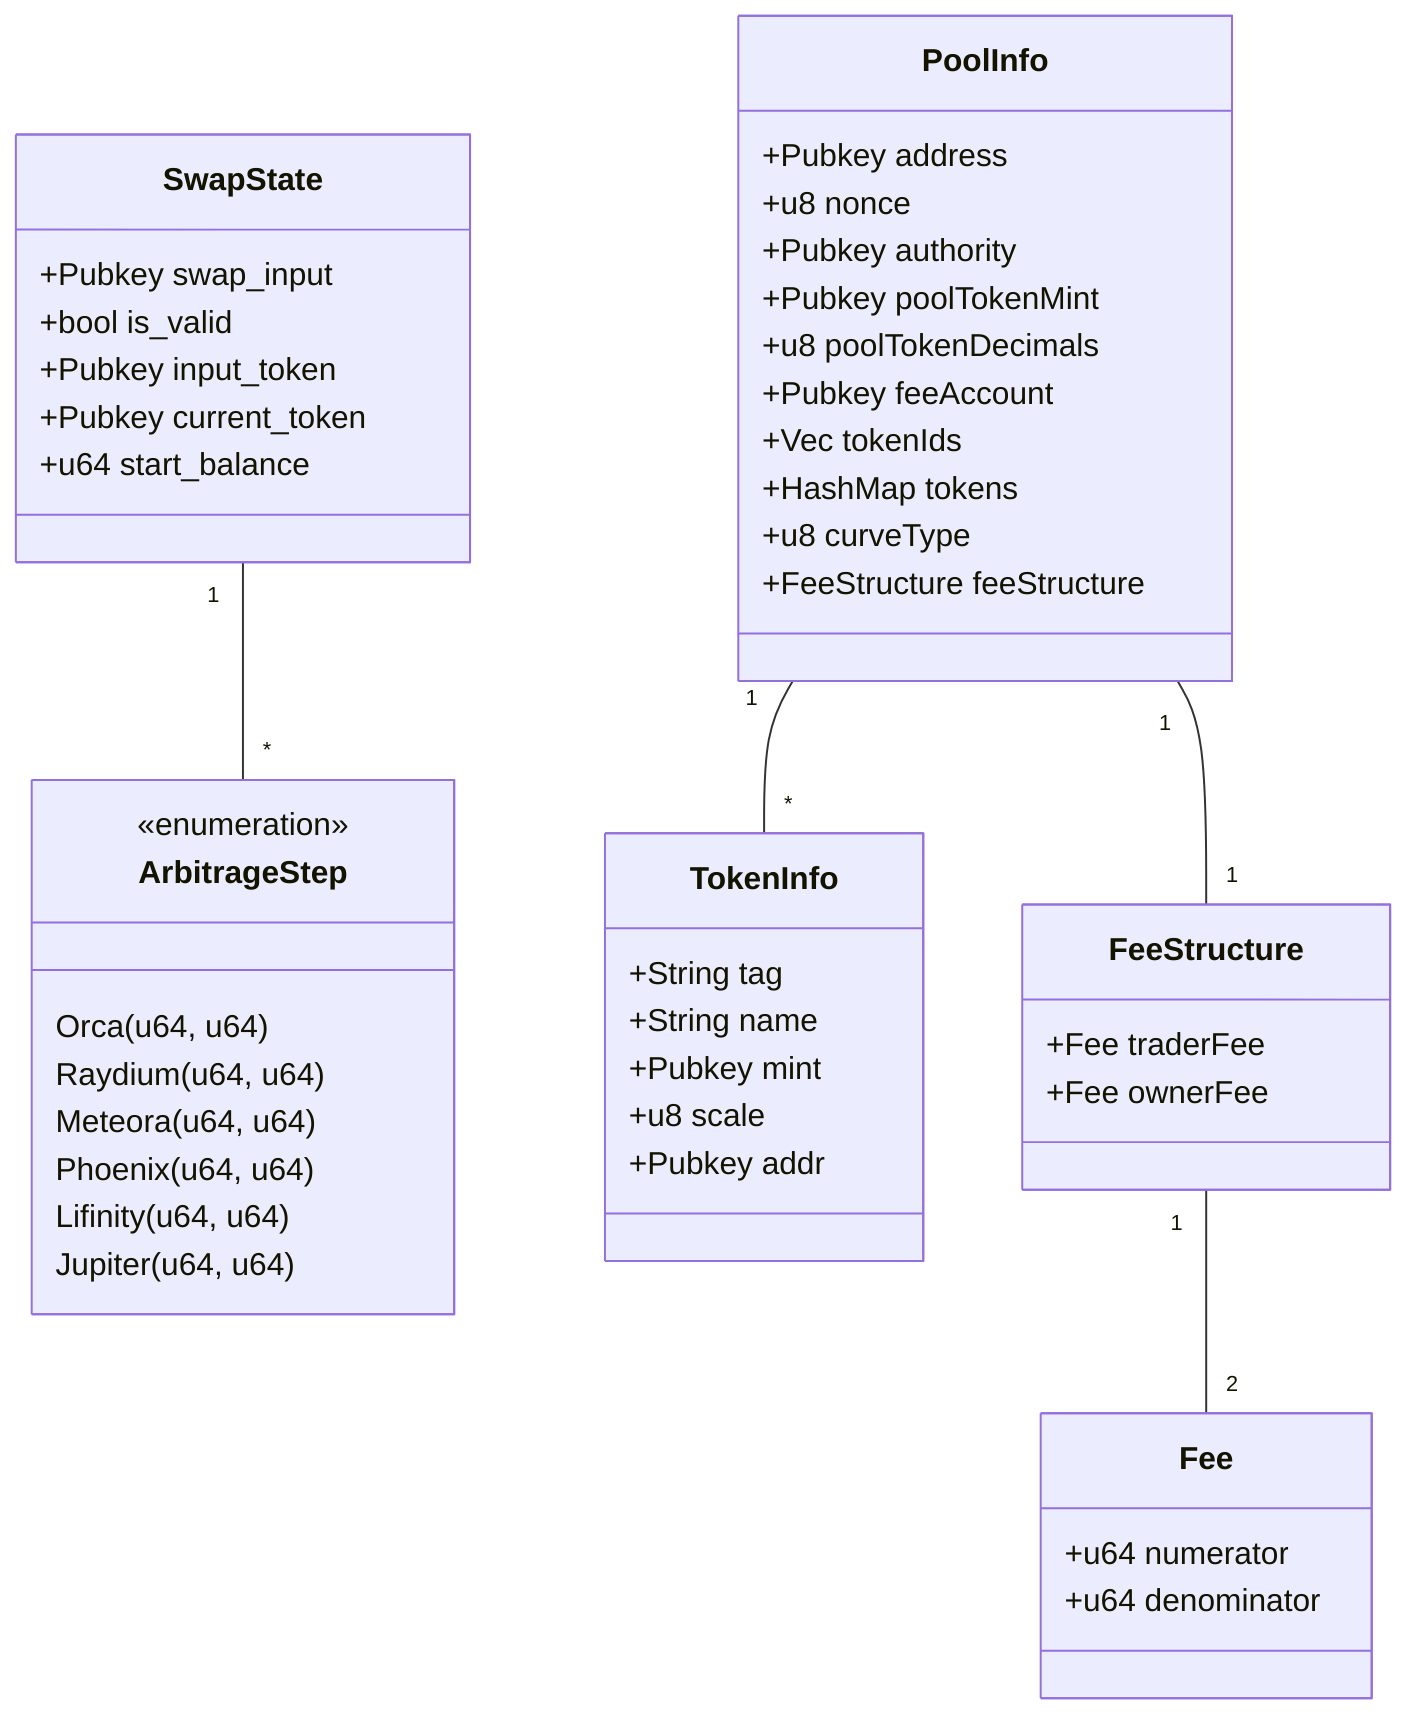
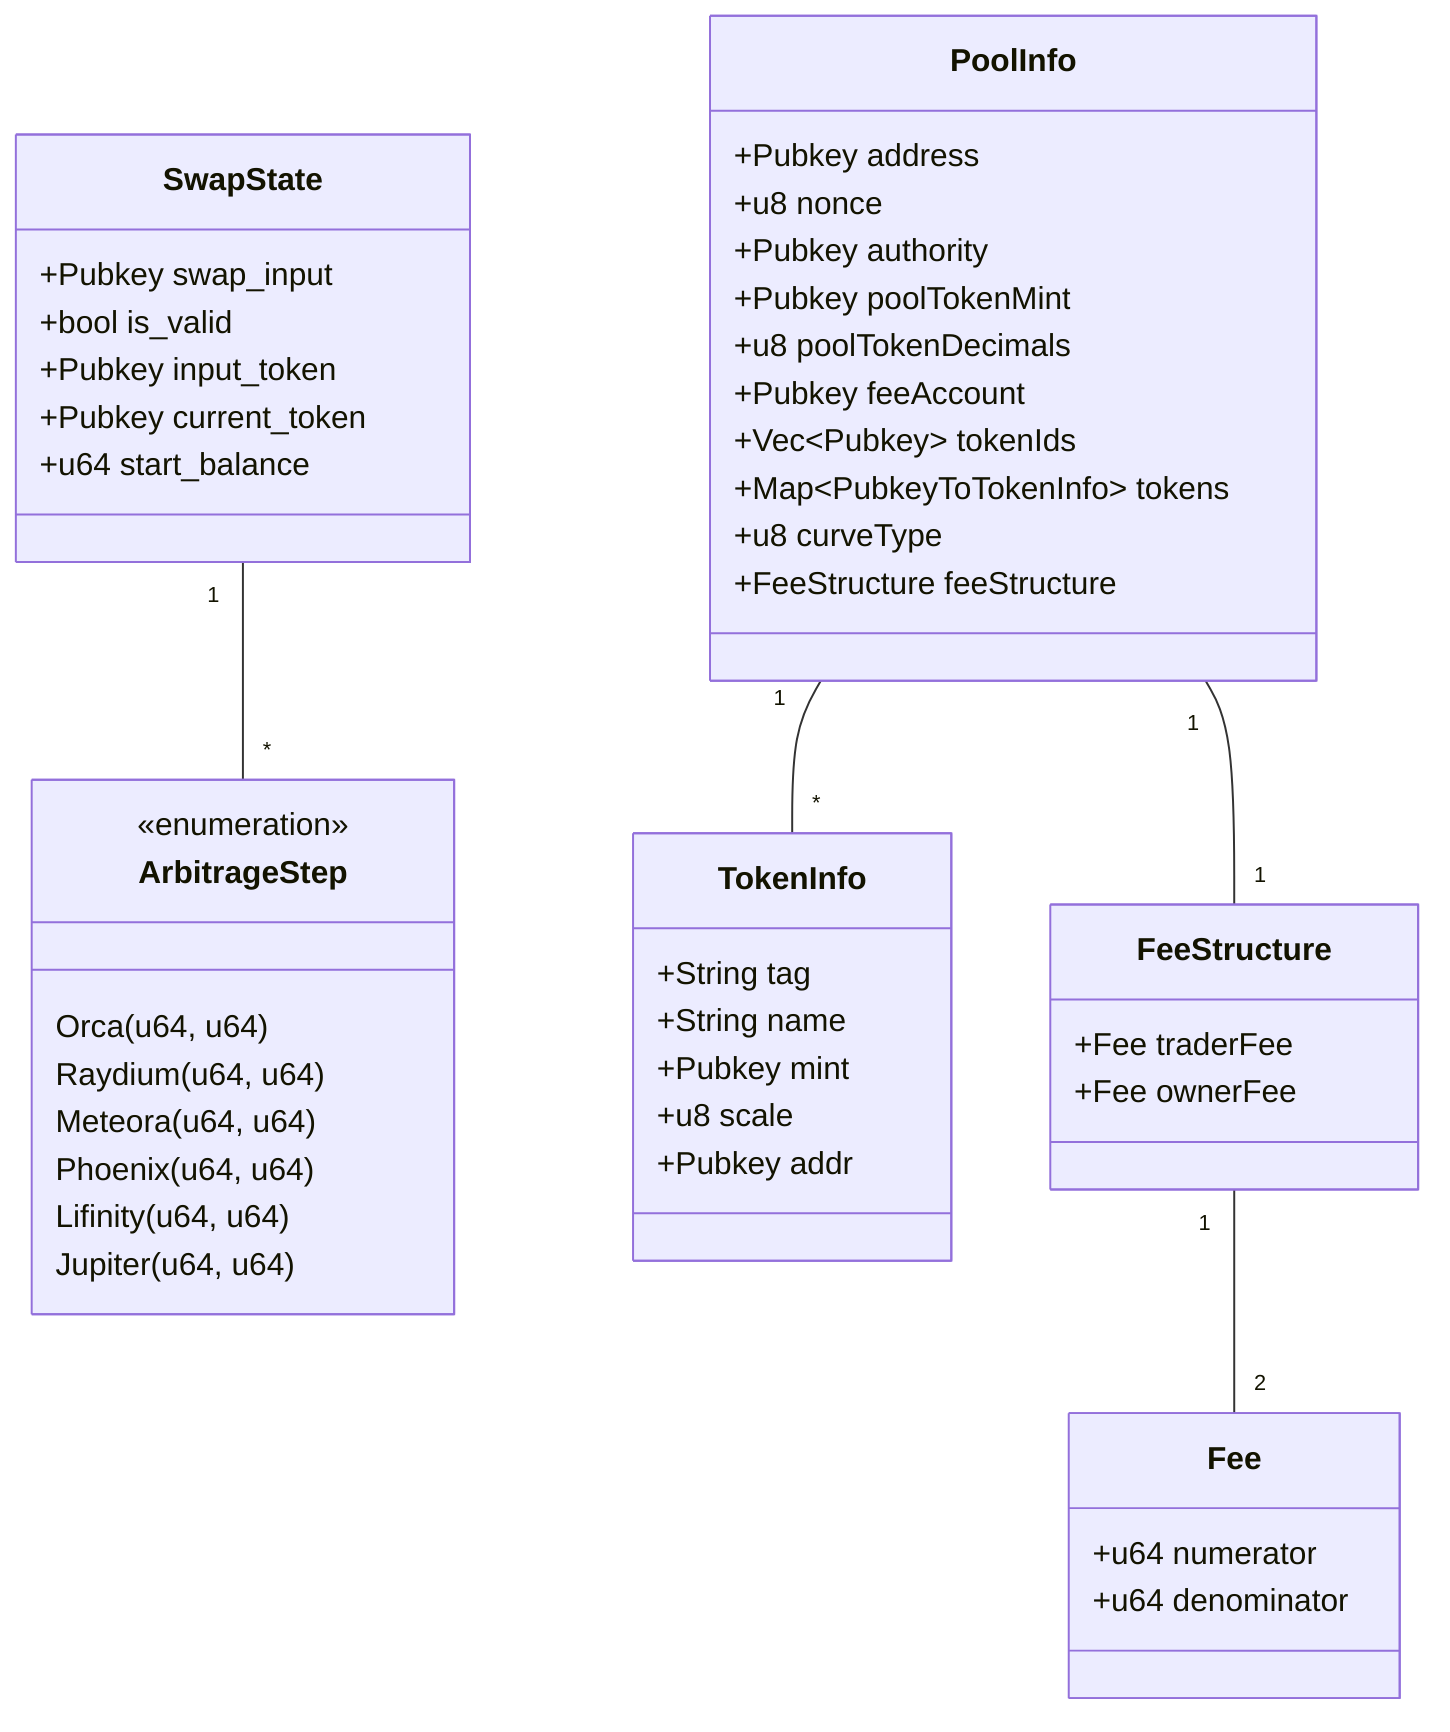
+ %% LEGACY CONCEPTUAL DESIGN — not the supported solana-mev implementation.
classDiagram
    class SwapState {
        +Pubkey swap_input
        +bool is_valid
        +Pubkey input_token
        +Pubkey current_token
        +u64 start_balance
    }

    class ArbitrageStep {
        <<enumeration>>
        Orca(u64, u64)
        Raydium(u64, u64)
        Meteora(u64, u64)
        Phoenix(u64, u64)
        Lifinity(u64, u64)
        Jupiter(u64, u64)
    }

    class PoolInfo {
        +Pubkey address
        +u8 nonce
        +Pubkey authority
        +Pubkey poolTokenMint
        +u8 poolTokenDecimals
        +Pubkey feeAccount
-         +Vec<Pubkey> tokenIds
-         +HashMap<Pubkey, TokenInfo> tokens
+         +Vec~Pubkey~ tokenIds
+         +Map~PubkeyToTokenInfo~ tokens
        +u8 curveType
        +FeeStructure feeStructure
    }

    class TokenInfo {
        +String tag
        +String name
        +Pubkey mint
        +u8 scale
        +Pubkey addr
    }

    class FeeStructure {
        +Fee traderFee
        +Fee ownerFee
    }

    class Fee {
        +u64 numerator
        +u64 denominator
    }

    SwapState "1" -- "*" ArbitrageStep
    PoolInfo "1" -- "*" TokenInfo
    PoolInfo "1" -- "1" FeeStructure
    FeeStructure "1" -- "2" Fee